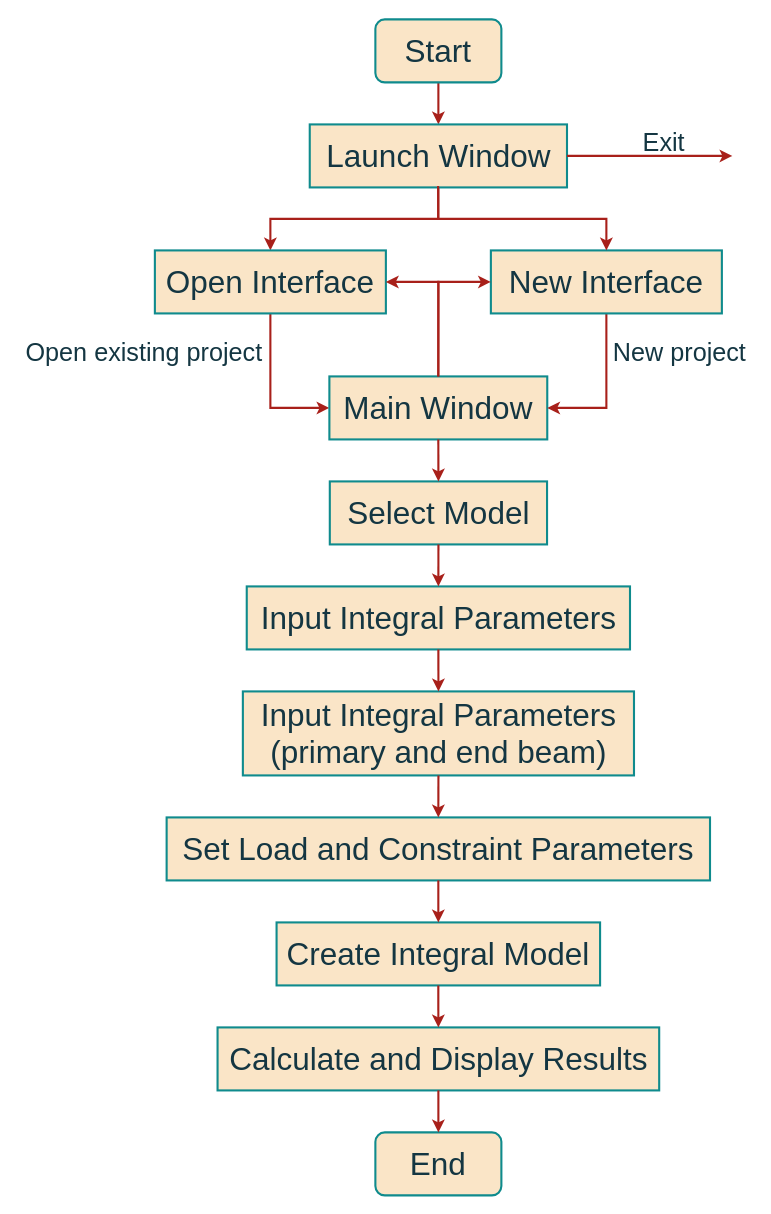
This is page "第 5 页" (5 of 5) of Graduation Design.drawio from Destiny-LB/draw.io, a draw.io file, before an edit. Source tidied: cells renumbered, new cells numbered last; positions are measured from the earlier drawing's top-left corner, leaving out a move shared by most shapes. Both pictures are drawn from the tidied source at 105%, with x=0, y=0 at pixel (18, 19).
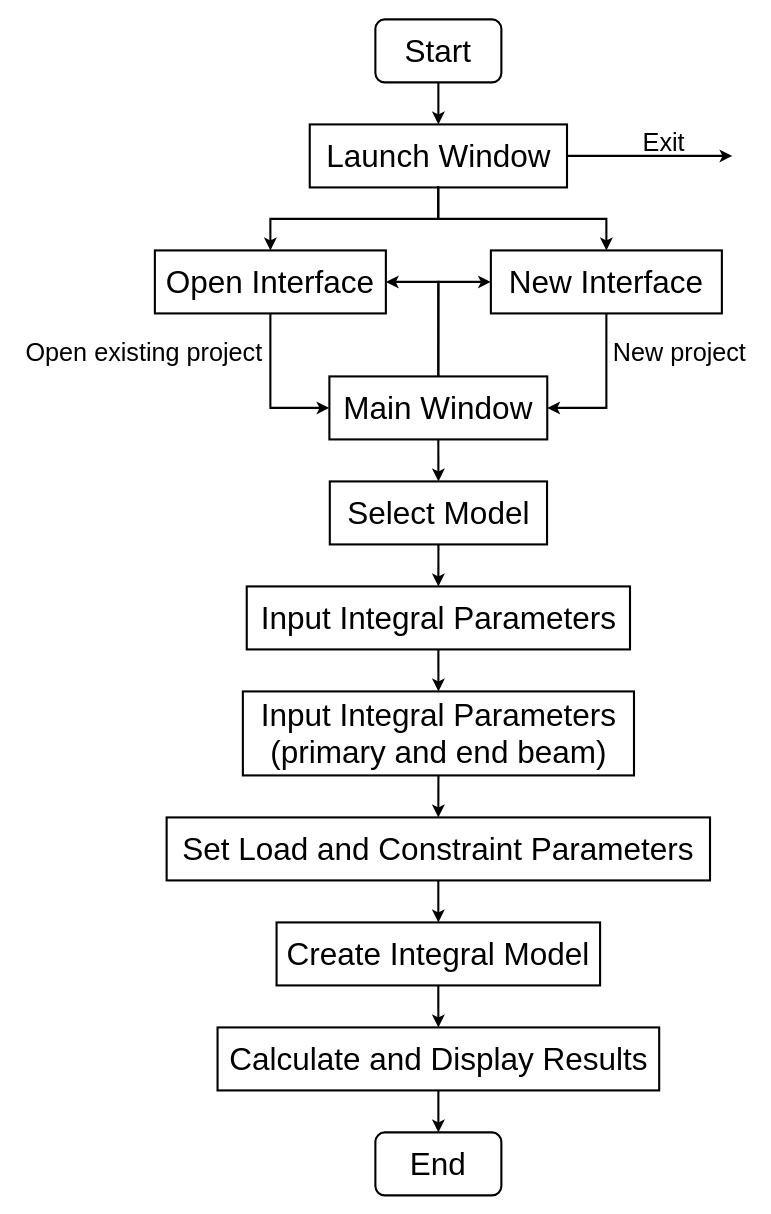
After the change.

The edit, as a diff of the source:
```diff
@@
-    <mxCell id="2" style="edgeStyle=orthogonalEdgeStyle;rounded=0;jettySize=auto;html=1;exitX=0.5;exitY=1;exitDx=0;exitDy=0;entryX=0.5;entryY=0;entryDx=0;entryDy=0;strokeWidth=2;fontSize=30;labelBackgroundColor=none;strokeColor=#A8201A;fontColor=default;" parent="1" edge="1" source="3" target="6">
+    <mxCell id="2" style="edgeStyle=orthogonalEdgeStyle;rounded=0;jettySize=auto;html=1;exitX=0.5;exitY=1;exitDx=0;exitDy=0;entryX=0.5;entryY=0;entryDx=0;entryDy=0;strokeWidth=2;fontSize=30;labelBackgroundColor=none;fontColor=default;" parent="1" edge="1" source="3" target="6">
       <mxGeometry relative="1" as="geometry" />
     </mxCell>
-    <mxCell id="3" value="&lt;font style=&quot;font-size: 30px;&quot;&gt;Start&lt;/font&gt;" style="rounded=1;whiteSpace=wrap;html=1;strokeWidth=2;labelBackgroundColor=none;fillColor=#FAE5C7;strokeColor=#0F8B8D;fontColor=#143642;" parent="1" vertex="1">
+    <mxCell id="3" value="&lt;font style=&quot;font-size: 30px;&quot;&gt;Start&lt;/font&gt;" style="rounded=1;whiteSpace=wrap;html=1;strokeWidth=2;labelBackgroundColor=none;" parent="1" vertex="1">
       <mxGeometry x="340" width="120" height="60" as="geometry" />
     </mxCell>
-    <mxCell id="4" value="&lt;font style=&quot;font-size: 30px;&quot;&gt;End&lt;/font&gt;" style="rounded=1;whiteSpace=wrap;html=1;strokeWidth=2;labelBackgroundColor=none;fillColor=#FAE5C7;strokeColor=#0F8B8D;fontColor=#143642;" parent="1" vertex="1">
+    <mxCell id="4" value="&lt;font style=&quot;font-size: 30px;&quot;&gt;End&lt;/font&gt;" style="rounded=1;whiteSpace=wrap;html=1;strokeWidth=2;labelBackgroundColor=none;" parent="1" vertex="1">
       <mxGeometry x="340" y="1060" width="120" height="60" as="geometry" />
     </mxCell>
-    <mxCell id="5" style="edgeStyle=orthogonalEdgeStyle;rounded=0;jettySize=auto;html=1;exitX=0.5;exitY=1;exitDx=0;exitDy=0;entryX=0.5;entryY=0;entryDx=0;entryDy=0;strokeWidth=2;fontSize=30;labelBackgroundColor=none;strokeColor=#A8201A;fontColor=default;" parent="1" edge="1" source="6" target="8">
+    <mxCell id="5" style="edgeStyle=orthogonalEdgeStyle;rounded=0;jettySize=auto;html=1;exitX=0.5;exitY=1;exitDx=0;exitDy=0;entryX=0.5;entryY=0;entryDx=0;entryDy=0;strokeWidth=2;fontSize=30;labelBackgroundColor=none;fontColor=default;" parent="1" edge="1" source="6" target="8">
       <mxGeometry relative="1" as="geometry" />
     </mxCell>
-    <mxCell id="6" value="Launch Window" style="rounded=0;whiteSpace=wrap;html=1;strokeWidth=2;fontSize=30;labelBackgroundColor=none;fillColor=#FAE5C7;strokeColor=#0F8B8D;fontColor=#143642;" parent="1" vertex="1">
+    <mxCell id="6" value="Launch Window" style="rounded=0;whiteSpace=wrap;html=1;strokeWidth=2;fontSize=30;labelBackgroundColor=none;" parent="1" vertex="1">
       <mxGeometry x="277.5" y="100" width="245" height="60" as="geometry" />
     </mxCell>
-    <mxCell id="7" style="edgeStyle=orthogonalEdgeStyle;rounded=0;jettySize=auto;html=1;exitX=0.5;exitY=1;exitDx=0;exitDy=0;entryX=0;entryY=0.5;entryDx=0;entryDy=0;strokeWidth=2;fontSize=30;labelBackgroundColor=none;strokeColor=#A8201A;fontColor=default;" parent="1" edge="1" source="8" target="9">
+    <mxCell id="7" style="edgeStyle=orthogonalEdgeStyle;rounded=0;jettySize=auto;html=1;exitX=0.5;exitY=1;exitDx=0;exitDy=0;entryX=0;entryY=0.5;entryDx=0;entryDy=0;strokeWidth=2;fontSize=30;labelBackgroundColor=none;fontColor=default;" parent="1" edge="1" source="8" target="9">
       <mxGeometry relative="1" as="geometry" />
     </mxCell>
-    <mxCell id="8" value="&lt;span class=&quot;content-right_8Zs40&quot;&gt;Open&amp;nbsp;Interface&lt;/span&gt;" style="rounded=0;whiteSpace=wrap;html=1;strokeWidth=2;fontSize=30;labelBackgroundColor=none;fillColor=#FAE5C7;strokeColor=#0F8B8D;fontColor=#143642;" parent="1" vertex="1">
+    <mxCell id="8" value="&lt;span class=&quot;content-right_8Zs40&quot;&gt;Open&amp;nbsp;Interface&lt;/span&gt;" style="rounded=0;whiteSpace=wrap;html=1;strokeWidth=2;fontSize=30;labelBackgroundColor=none;" parent="1" vertex="1">
       <mxGeometry x="130" y="220" width="220" height="60" as="geometry" />
     </mxCell>
-    <mxCell id="9" value="Main Window" style="rounded=0;whiteSpace=wrap;html=1;strokeWidth=2;fontSize=30;labelBackgroundColor=none;fillColor=#FAE5C7;strokeColor=#0F8B8D;fontColor=#143642;" parent="1" vertex="1">
+    <mxCell id="9" value="Main Window" style="rounded=0;whiteSpace=wrap;html=1;strokeWidth=2;fontSize=30;labelBackgroundColor=none;" parent="1" vertex="1">
       <mxGeometry x="296.2" y="340" width="207.5" height="60" as="geometry" />
     </mxCell>
-    <mxCell id="10" value="&lt;font style=&quot;font-size: 24px;&quot;&gt;Exit&lt;/font&gt;" style="text;html=1;strokeColor=none;fillColor=none;align=center;verticalAlign=middle;whiteSpace=wrap;rounded=0;fontSize=30;labelBackgroundColor=none;fontColor=#143642;" parent="1" vertex="1">
+    <mxCell id="10" value="&lt;font style=&quot;font-size: 24px;&quot;&gt;Exit&lt;/font&gt;" style="text;html=1;strokeColor=none;fillColor=none;align=center;verticalAlign=middle;whiteSpace=wrap;rounded=0;fontSize=30;labelBackgroundColor=none;" parent="1" vertex="1">
       <mxGeometry x="580" y="100" width="70" height="30" as="geometry" />
     </mxCell>
-    <mxCell id="11" value="&lt;font style=&quot;font-size: 24px;&quot;&gt;New project&lt;/font&gt;" style="text;html=1;strokeColor=none;fillColor=none;align=center;verticalAlign=middle;whiteSpace=wrap;rounded=0;fontSize=30;labelBackgroundColor=none;fontColor=#143642;" parent="1" vertex="1">
+    <mxCell id="11" value="&lt;font style=&quot;font-size: 24px;&quot;&gt;New project&lt;/font&gt;" style="text;html=1;strokeColor=none;fillColor=none;align=center;verticalAlign=middle;whiteSpace=wrap;rounded=0;fontSize=30;labelBackgroundColor=none;" parent="1" vertex="1">
       <mxGeometry x="560" y="300" width="140" height="30" as="geometry" />
     </mxCell>
-    <mxCell id="12" value="&lt;font style=&quot;font-size: 24px;&quot;&gt;Open existing project&lt;/font&gt;" style="text;html=1;strokeColor=none;fillColor=none;align=center;verticalAlign=middle;whiteSpace=wrap;rounded=0;fontSize=30;labelBackgroundColor=none;fontColor=#143642;" parent="1" vertex="1">
+    <mxCell id="12" value="&lt;font style=&quot;font-size: 24px;&quot;&gt;Open existing project&lt;/font&gt;" style="text;html=1;strokeColor=none;fillColor=none;align=center;verticalAlign=middle;whiteSpace=wrap;rounded=0;fontSize=30;labelBackgroundColor=none;" parent="1" vertex="1">
       <mxGeometry y="300" width="240" height="30" as="geometry" />
     </mxCell>
-    <mxCell id="13" style="endArrow=classic;html=1;rounded=0;strokeWidth=2;fontSize=24;exitX=0.5;exitY=1;exitDx=0;exitDy=0;labelBackgroundColor=none;strokeColor=#A8201A;fontColor=default;entryX=1;entryY=0.5;entryDx=0;entryDy=0;" parent="1" edge="1" source="21" target="9">
+    <mxCell id="13" style="endArrow=classic;html=1;rounded=0;strokeWidth=2;fontSize=24;exitX=0.5;exitY=1;exitDx=0;exitDy=0;labelBackgroundColor=none;fontColor=default;entryX=1;entryY=0.5;entryDx=0;entryDy=0;" parent="1" edge="1" source="21" target="9">
       <mxGeometry relative="1" as="geometry">
         <Array as="points">
           <mxPoint x="560" y="370" />
         </Array>
       </mxGeometry>
     </mxCell>
-    <mxCell id="14" style="endArrow=classic;html=1;rounded=0;strokeWidth=2;fontSize=24;exitX=1;exitY=0.5;exitDx=0;exitDy=0;labelBackgroundColor=none;strokeColor=#A8201A;fontColor=default;" parent="1" edge="1" source="6">
+    <mxCell id="14" style="endArrow=classic;html=1;rounded=0;strokeWidth=2;fontSize=24;exitX=1;exitY=0.5;exitDx=0;exitDy=0;labelBackgroundColor=none;fontColor=default;" parent="1" edge="1" source="6">
       <mxGeometry relative="1" as="geometry">
         <mxPoint x="680" y="130" as="targetPoint" />
       </mxGeometry>
     </mxCell>
-    <mxCell id="15" value="Select Model" style="rounded=0;whiteSpace=wrap;html=1;strokeWidth=2;fontSize=30;labelBackgroundColor=none;fillColor=#FAE5C7;strokeColor=#0F8B8D;fontColor=#143642;" parent="1" vertex="1">
+    <mxCell id="15" value="Select Model" style="rounded=0;whiteSpace=wrap;html=1;strokeWidth=2;fontSize=30;labelBackgroundColor=none;" parent="1" vertex="1">
       <mxGeometry x="296.6" y="440" width="206.9" height="60" as="geometry" />
     </mxCell>
-    <mxCell id="16" value="Input&amp;nbsp;Integral Parameters" style="rounded=0;whiteSpace=wrap;html=1;strokeWidth=2;fontSize=30;labelBackgroundColor=none;fillColor=#FAE5C7;strokeColor=#0F8B8D;fontColor=#143642;" parent="1" vertex="1">
+    <mxCell id="16" value="Input&amp;nbsp;Integral Parameters" style="rounded=0;whiteSpace=wrap;html=1;strokeWidth=2;fontSize=30;labelBackgroundColor=none;" parent="1" vertex="1">
       <mxGeometry x="217.5" y="540" width="365" height="60" as="geometry" />
     </mxCell>
-    <mxCell id="17" value="Input&amp;nbsp;Integral Parameters (primary and end beam)" style="rounded=0;whiteSpace=wrap;html=1;strokeWidth=2;fontSize=30;labelBackgroundColor=none;fillColor=#FAE5C7;strokeColor=#0F8B8D;fontColor=#143642;" parent="1" vertex="1">
+    <mxCell id="17" value="Input&amp;nbsp;Integral Parameters (primary and end beam)" style="rounded=0;whiteSpace=wrap;html=1;strokeWidth=2;fontSize=30;labelBackgroundColor=none;" parent="1" vertex="1">
       <mxGeometry x="213.8" y="640" width="372.5" height="80" as="geometry" />
     </mxCell>
-    <mxCell id="18" value="Set&amp;nbsp;Load and Constraint Parameters" style="rounded=0;whiteSpace=wrap;html=1;strokeWidth=2;fontSize=30;labelBackgroundColor=none;fillColor=#FAE5C7;strokeColor=#0F8B8D;fontColor=#143642;" parent="1" vertex="1">
+    <mxCell id="18" value="Set&amp;nbsp;Load and Constraint Parameters" style="rounded=0;whiteSpace=wrap;html=1;strokeWidth=2;fontSize=30;labelBackgroundColor=none;" parent="1" vertex="1">
       <mxGeometry x="141.2" y="760" width="517.5" height="60" as="geometry" />
     </mxCell>
-    <mxCell id="19" value="Create Integral&amp;nbsp;Model" style="rounded=0;whiteSpace=wrap;html=1;strokeWidth=2;fontSize=30;labelBackgroundColor=none;fillColor=#FAE5C7;strokeColor=#0F8B8D;fontColor=#143642;" parent="1" vertex="1">
+    <mxCell id="19" value="Create Integral&amp;nbsp;Model" style="rounded=0;whiteSpace=wrap;html=1;strokeWidth=2;fontSize=30;labelBackgroundColor=none;" parent="1" vertex="1">
       <mxGeometry x="245.9" y="860" width="308.1" height="60" as="geometry" />
     </mxCell>
-    <mxCell id="20" value="Calculate and Display Results" style="rounded=0;whiteSpace=wrap;html=1;strokeWidth=2;fontSize=30;labelBackgroundColor=none;fillColor=#FAE5C7;strokeColor=#0F8B8D;fontColor=#143642;" parent="1" vertex="1">
+    <mxCell id="20" value="Calculate and Display Results" style="rounded=0;whiteSpace=wrap;html=1;strokeWidth=2;fontSize=30;labelBackgroundColor=none;" parent="1" vertex="1">
       <mxGeometry x="189.7" y="960" width="420.6" height="60" as="geometry" />
     </mxCell>
-    <mxCell id="21" value="&lt;span class=&quot;content-right_8Zs40&quot;&gt;New Interface&lt;/span&gt;" style="rounded=0;whiteSpace=wrap;html=1;strokeWidth=2;fontSize=30;labelBackgroundColor=none;fillColor=#FAE5C7;strokeColor=#0F8B8D;fontColor=#143642;" parent="1" vertex="1">
+    <mxCell id="21" value="&lt;span class=&quot;content-right_8Zs40&quot;&gt;New Interface&lt;/span&gt;" style="rounded=0;whiteSpace=wrap;html=1;strokeWidth=2;fontSize=30;labelBackgroundColor=none;" parent="1" vertex="1">
       <mxGeometry x="450" y="220" width="220" height="60" as="geometry" />
     </mxCell>
-    <mxCell id="22" style="edgeStyle=orthogonalEdgeStyle;rounded=0;jettySize=auto;html=1;exitX=0.499;exitY=0.979;exitDx=0;exitDy=0;entryX=0.5;entryY=0;entryDx=0;entryDy=0;strokeWidth=2;fontSize=30;labelBackgroundColor=none;strokeColor=#A8201A;fontColor=default;exitPerimeter=0;" parent="1" edge="1" source="6" target="21">
+    <mxCell id="22" style="edgeStyle=orthogonalEdgeStyle;rounded=0;jettySize=auto;html=1;exitX=0.499;exitY=0.979;exitDx=0;exitDy=0;entryX=0.5;entryY=0;entryDx=0;entryDy=0;strokeWidth=2;fontSize=30;labelBackgroundColor=none;fontColor=default;exitPerimeter=0;" parent="1" edge="1" source="6" target="21">
       <mxGeometry relative="1" as="geometry" />
     </mxCell>
-    <mxCell id="23" style="edgeStyle=orthogonalEdgeStyle;rounded=0;jettySize=auto;html=1;entryX=1;entryY=0.5;entryDx=0;entryDy=0;strokeWidth=2;fontSize=30;labelBackgroundColor=none;strokeColor=#A8201A;fontColor=default;exitX=0.5;exitY=0;exitDx=0;exitDy=0;" parent="1" edge="1" source="9" target="8">
+    <mxCell id="23" style="edgeStyle=orthogonalEdgeStyle;rounded=0;jettySize=auto;html=1;entryX=1;entryY=0.5;entryDx=0;entryDy=0;strokeWidth=2;fontSize=30;labelBackgroundColor=none;fontColor=default;exitX=0.5;exitY=0;exitDx=0;exitDy=0;" parent="1" edge="1" source="9" target="8">
       <mxGeometry relative="1" as="geometry" />
     </mxCell>
-    <mxCell id="24" style="edgeStyle=orthogonalEdgeStyle;rounded=0;jettySize=auto;html=1;entryX=0;entryY=0.5;entryDx=0;entryDy=0;strokeWidth=2;fontSize=30;labelBackgroundColor=none;strokeColor=#A8201A;fontColor=default;exitX=0.5;exitY=0;exitDx=0;exitDy=0;" parent="1" edge="1" source="9" target="21">
+    <mxCell id="24" style="edgeStyle=orthogonalEdgeStyle;rounded=0;jettySize=auto;html=1;entryX=0;entryY=0.5;entryDx=0;entryDy=0;strokeWidth=2;fontSize=30;labelBackgroundColor=none;fontColor=default;exitX=0.5;exitY=0;exitDx=0;exitDy=0;" parent="1" edge="1" source="9" target="21">
       <mxGeometry relative="1" as="geometry" />
     </mxCell>
-    <mxCell id="25" style="endArrow=classic;html=1;rounded=0;strokeColor=#A8201A;strokeWidth=2;fontSize=30;fontColor=#143642;fillColor=#FAE5C7;entryX=0.5;entryY=0;entryDx=0;entryDy=0;exitX=0.5;exitY=1;exitDx=0;exitDy=0;" parent="1" edge="1" source="9" target="15">
+    <mxCell id="25" style="endArrow=classic;html=1;rounded=0;strokeWidth=2;fontSize=30;fontColor=default;entryX=0.5;entryY=0;entryDx=0;entryDy=0;exitX=0.5;exitY=1;exitDx=0;exitDy=0;labelBackgroundColor=none;" parent="1" edge="1" source="9" target="15">
       <mxGeometry relative="1" as="geometry" />
     </mxCell>
-    <mxCell id="26" style="endArrow=classic;html=1;rounded=0;strokeColor=#A8201A;strokeWidth=2;fontSize=30;fontColor=#143642;fillColor=#FAE5C7;entryX=0.5;entryY=0;entryDx=0;entryDy=0;exitX=0.5;exitY=1;exitDx=0;exitDy=0;" parent="1" edge="1" source="15" target="16">
+    <mxCell id="26" style="endArrow=classic;html=1;rounded=0;strokeWidth=2;fontSize=30;fontColor=default;entryX=0.5;entryY=0;entryDx=0;entryDy=0;exitX=0.5;exitY=1;exitDx=0;exitDy=0;labelBackgroundColor=none;" parent="1" edge="1" source="15" target="16">
       <mxGeometry relative="1" as="geometry" />
     </mxCell>
-    <mxCell id="27" style="endArrow=classic;html=1;rounded=0;strokeColor=#A8201A;strokeWidth=2;fontSize=30;fontColor=#143642;fillColor=#FAE5C7;exitX=0.5;exitY=1;exitDx=0;exitDy=0;entryX=0.5;entryY=0;entryDx=0;entryDy=0;" parent="1" edge="1" source="20" target="4">
+    <mxCell id="27" style="endArrow=classic;html=1;rounded=0;strokeWidth=2;fontSize=30;fontColor=default;exitX=0.5;exitY=1;exitDx=0;exitDy=0;entryX=0.5;entryY=0;entryDx=0;entryDy=0;labelBackgroundColor=none;" parent="1" edge="1" source="20" target="4">
       <mxGeometry relative="1" as="geometry" />
     </mxCell>
-    <mxCell id="28" style="endArrow=classic;html=1;rounded=0;strokeColor=#A8201A;strokeWidth=2;fontSize=30;fontColor=#143642;fillColor=#FAE5C7;exitX=0.5;exitY=1;exitDx=0;exitDy=0;" parent="1" edge="1" source="19" target="20">
+    <mxCell id="28" style="endArrow=classic;html=1;rounded=0;strokeWidth=2;fontSize=30;fontColor=default;exitX=0.5;exitY=1;exitDx=0;exitDy=0;labelBackgroundColor=none;" parent="1" edge="1" source="19" target="20">
       <mxGeometry relative="1" as="geometry" />
     </mxCell>
-    <mxCell id="29" style="endArrow=classic;html=1;rounded=0;strokeColor=#A8201A;strokeWidth=2;fontSize=30;fontColor=#143642;fillColor=#FAE5C7;entryX=0.5;entryY=0;entryDx=0;entryDy=0;exitX=0.5;exitY=1;exitDx=0;exitDy=0;" parent="1" edge="1" source="18" target="19">
+    <mxCell id="29" style="endArrow=classic;html=1;rounded=0;strokeWidth=2;fontSize=30;fontColor=default;entryX=0.5;entryY=0;entryDx=0;entryDy=0;exitX=0.5;exitY=1;exitDx=0;exitDy=0;labelBackgroundColor=none;" parent="1" edge="1" source="18" target="19">
       <mxGeometry relative="1" as="geometry" />
     </mxCell>
-    <mxCell id="30" style="endArrow=classic;html=1;rounded=0;strokeColor=#A8201A;strokeWidth=2;fontSize=30;fontColor=#143642;fillColor=#FAE5C7;entryX=0.5;entryY=0;entryDx=0;entryDy=0;exitX=0.5;exitY=1;exitDx=0;exitDy=0;" parent="1" edge="1" source="17" target="18">
+    <mxCell id="30" style="endArrow=classic;html=1;rounded=0;strokeWidth=2;fontSize=30;fontColor=default;entryX=0.5;entryY=0;entryDx=0;entryDy=0;exitX=0.5;exitY=1;exitDx=0;exitDy=0;labelBackgroundColor=none;" parent="1" edge="1" source="17" target="18">
       <mxGeometry relative="1" as="geometry" />
     </mxCell>
-    <mxCell id="31" style="endArrow=classic;html=1;rounded=0;strokeColor=#A8201A;strokeWidth=2;fontSize=30;fontColor=#143642;fillColor=#FAE5C7;entryX=0.5;entryY=0;entryDx=0;entryDy=0;exitX=0.5;exitY=1;exitDx=0;exitDy=0;" parent="1" edge="1" source="16" target="17">
+    <mxCell id="31" style="endArrow=classic;html=1;rounded=0;strokeWidth=2;fontSize=30;fontColor=default;entryX=0.5;entryY=0;entryDx=0;entryDy=0;exitX=0.5;exitY=1;exitDx=0;exitDy=0;labelBackgroundColor=none;" parent="1" edge="1" source="16" target="17">
       <mxGeometry relative="1" as="geometry" />
     </mxCell>
```
